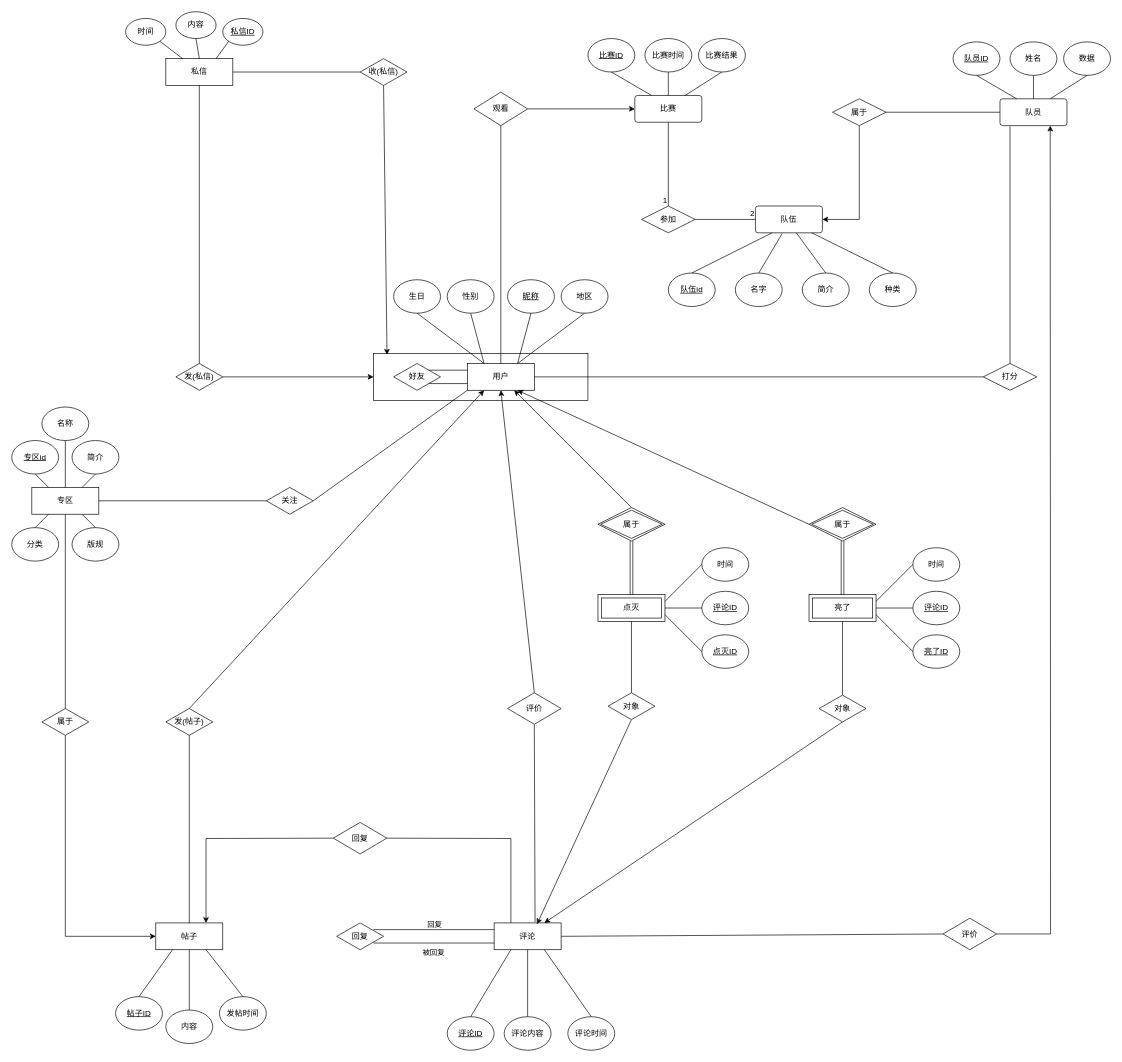
Above: 虎扑ER.drawio in ssssszj/Drawio (draw.io), before the change. Source tidied: cells renumbered, new cells numbered last; positions are measured from the earlier drawing's top-left corner, leaving out a move shared by most shapes. Both pictures are drawn from the tidied source at 67%, with x=0, y=0 at pixel (11, 11).
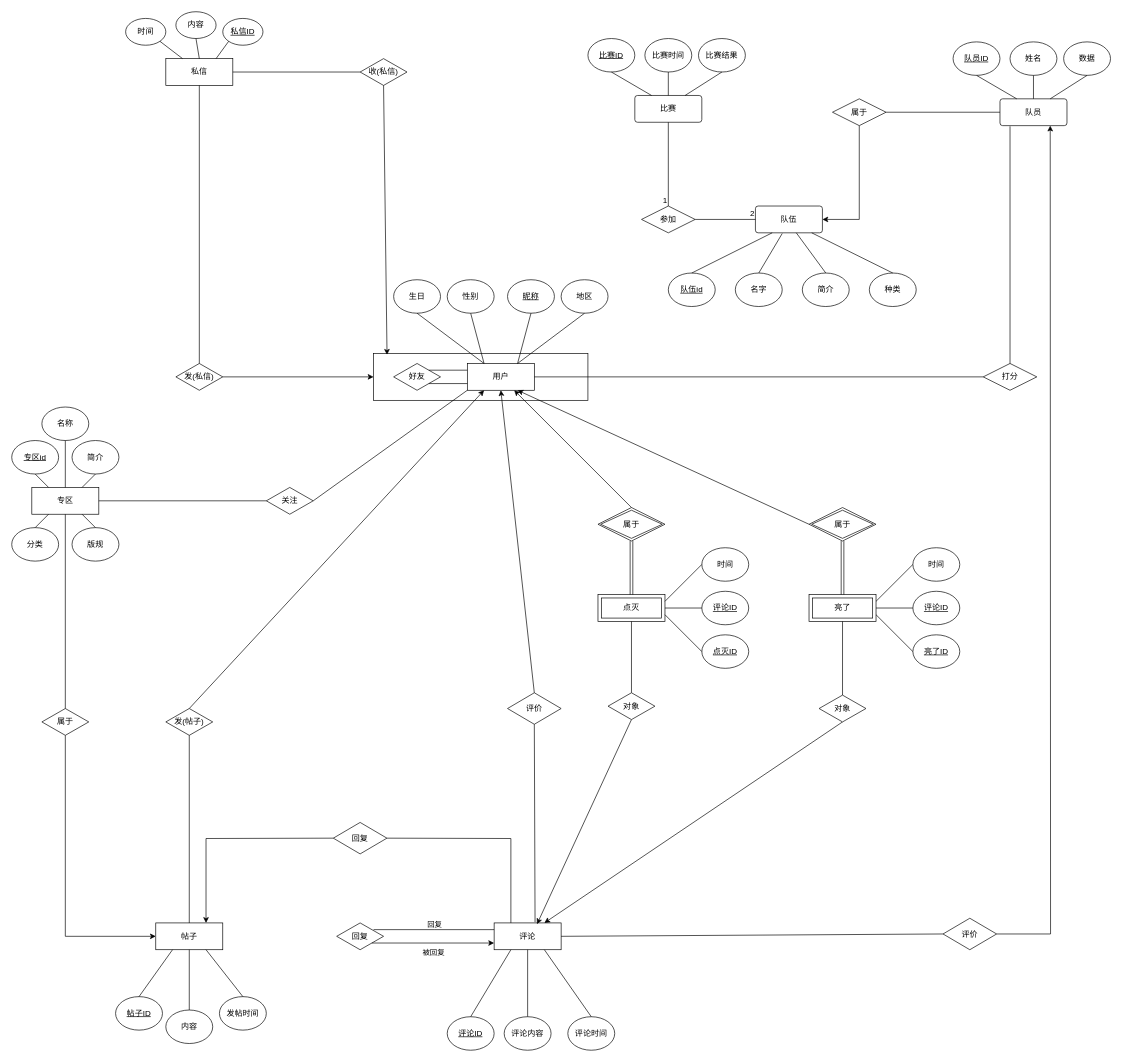
After the change.

The change refers to these unchanged cells:
```xml
<mxCell id="3" value="用户" style="whiteSpace=wrap;html=1;align=center;" parent="1" vertex="1">
  <mxGeometry x="680" y="525" width="100" height="40" as="geometry" />
</mxCell>
<mxCell id="7" value="评论" style="whiteSpace=wrap;html=1;align=center;" parent="1" vertex="1">
  <mxGeometry x="720" y="1360" width="100" height="40" as="geometry" />
</mxCell>
<mxCell id="13" value="比赛" style="rounded=1;arcSize=10;whiteSpace=wrap;html=1;align=center;" parent="1" vertex="1">
  <mxGeometry x="930" y="125" width="100" height="40" as="geometry" />
</mxCell>
<mxCell id="54" value="回复" style="shape=rhombus;perimeter=rhombusPerimeter;whiteSpace=wrap;html=1;align=center;direction=west;" parent="1" vertex="1">
  <mxGeometry x="485" y="1360" width="70" height="40" as="geometry" />
</mxCell>
```

The edit, as a diff of the source:
```diff
@@
-    <mxCell id="56" style="endArrow=none;html=1;rounded=0;exitX=0;exitY=0.75;exitDx=0;exitDy=0;" parent="1" edge="1" source="7">
-      <mxGeometry relative="1" as="geometry">
-        <mxPoint x="540" y="1390" as="targetPoint" />
-      </mxGeometry>
-    </mxCell>
@@
-    <mxCell id="58" value="观看" style="rhombus;whiteSpace=wrap;html=1;" parent="1" vertex="1">
-      <mxGeometry x="690" y="120" width="80" height="50" as="geometry" />
-    </mxCell>
-    <mxCell id="59" style="endArrow=none;html=1;rounded=0;entryX=0.5;entryY=1;entryDx=0;entryDy=0;exitX=0.5;exitY=0;exitDx=0;exitDy=0;" parent="1" edge="1" source="3" target="58">
-      <mxGeometry relative="1" as="geometry" />
-    </mxCell>
-    <mxCell id="60" style="endArrow=classic;html=1;rounded=0;entryX=0;entryY=0.5;entryDx=0;entryDy=0;exitX=1;exitY=0.5;exitDx=0;exitDy=0;" parent="1" edge="1" source="58" target="13">
-      <mxGeometry relative="1" as="geometry" />
-    </mxCell>
@@
+    <mxCell id="141" style="endArrow=classic;html=1;rounded=0;exitX=0;exitY=0;exitDx=0;exitDy=0;" parent="1" edge="1" source="54">
+      <mxGeometry relative="1" as="geometry">
+        <mxPoint x="720" y="1390" as="targetPoint" />
+      </mxGeometry>
+    </mxCell>
```
